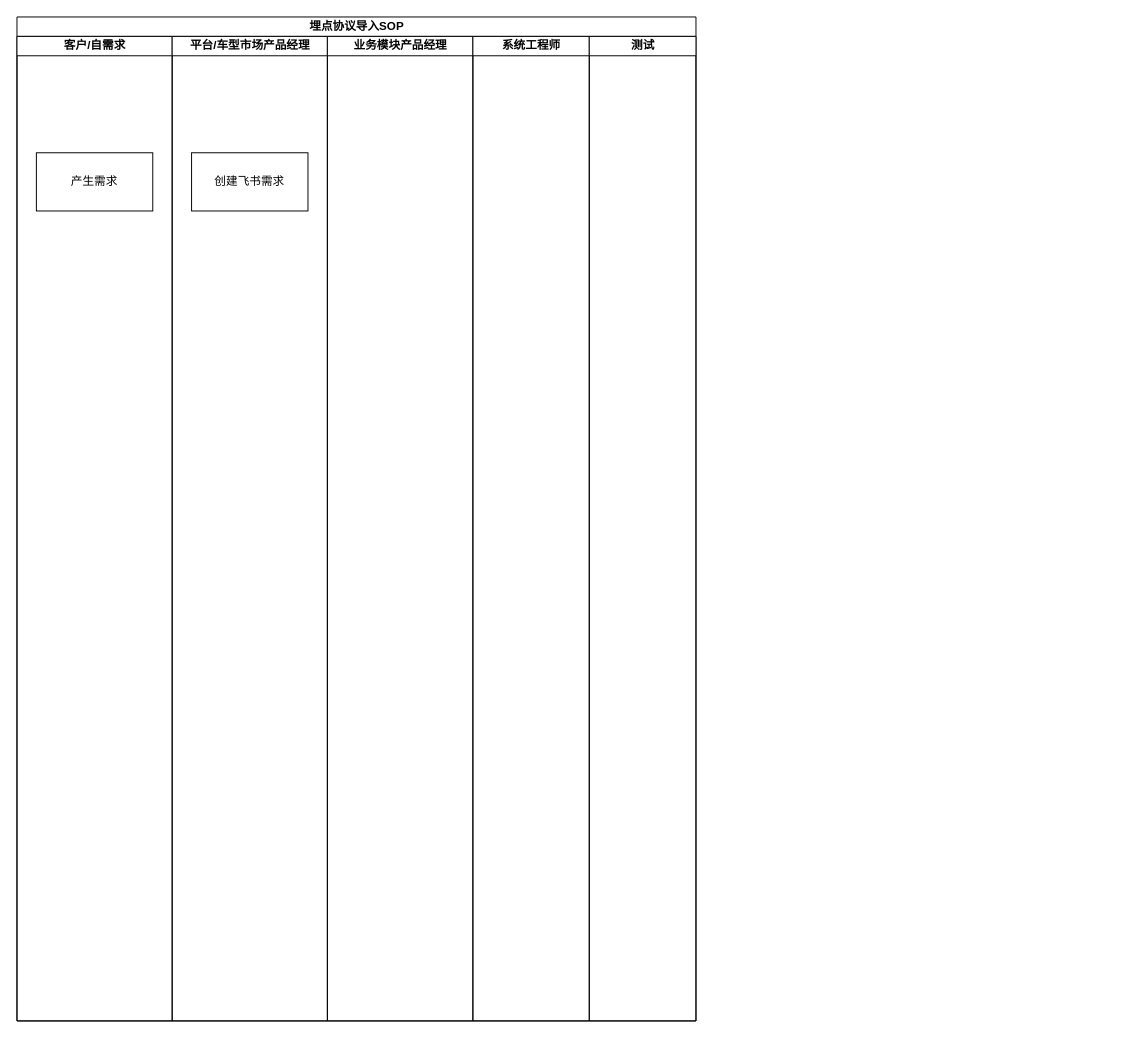
The draw.io diagram 数据埋点SOP.drawio in shaozc3g/draw_io, before the edit. Source tidied: cells renumbered, new cells numbered last; positions are measured from the earlier drawing's top-left corner, leaving out a move shared by most shapes. Both pictures are drawn from the tidied source at 97%, with x=0, y=0 at pixel (16, 16).
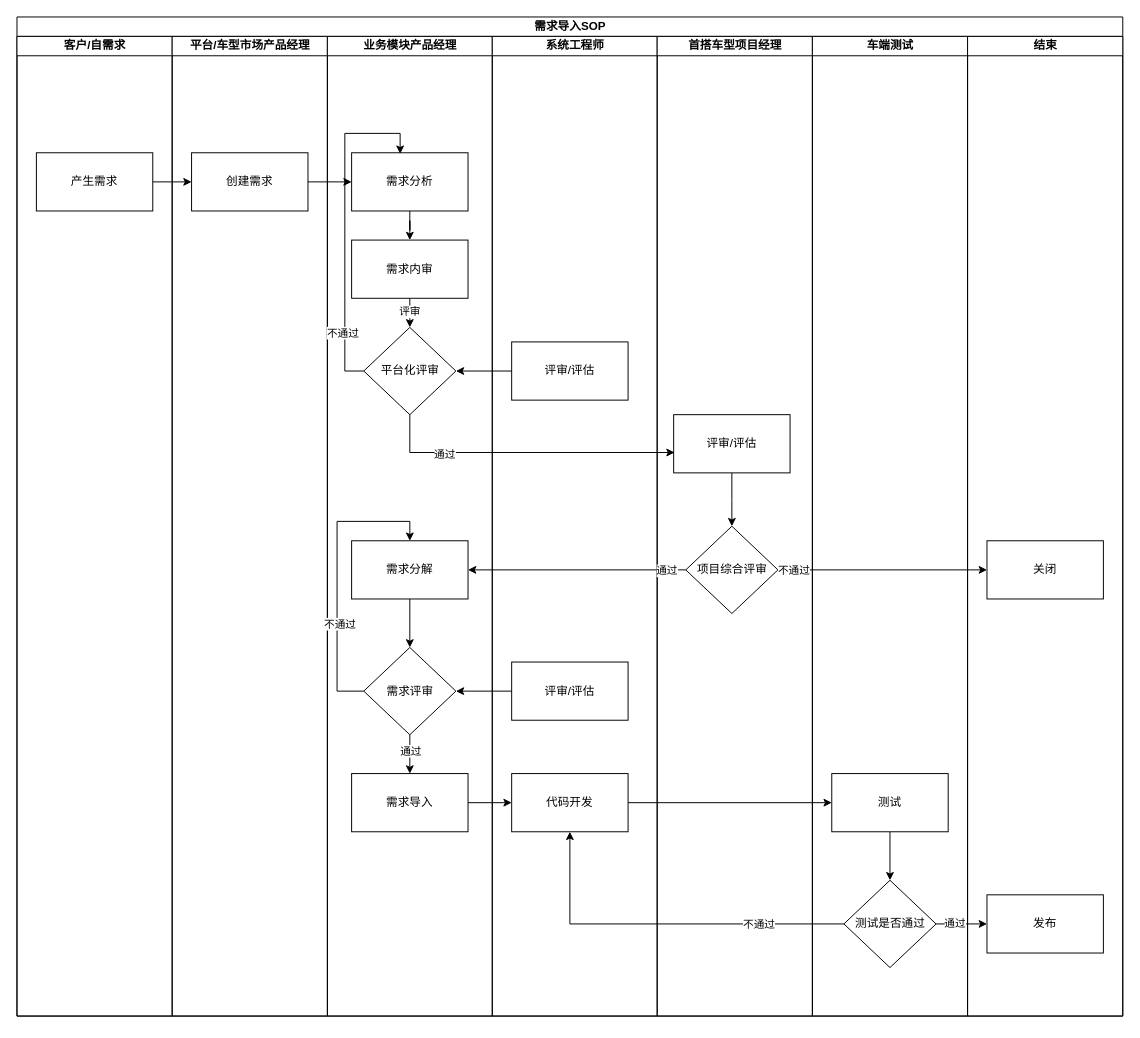
After the change.

Commit message:
更新数据埋点SOP.drawio

Unchanged cells that the change refers to:
```xml
<mxCell id="4" value="产生需求" style="rounded=0;whiteSpace=wrap;html=1;" parent="3" vertex="1">
  <mxGeometry x="20" y="120" width="120" height="60" as="geometry" />
</mxCell>
```

The edit, as a diff of the source:
```diff
@@
-    <mxCell id="2" value="埋点协议导入SOP" style="swimlane;startSize=20;html=1;" parent="1" vertex="1">
-      <mxGeometry width="700" height="1035" as="geometry" />
+    <mxCell id="2" value="需求&lt;span style=&quot;background-color: transparent; color: light-dark(rgb(0, 0, 0), rgb(255, 255, 255));&quot;&gt;导入SOP&lt;/span&gt;" style="swimlane;startSize=20;html=1;" parent="1" vertex="1">
+      <mxGeometry width="1140" height="1030" as="geometry" />
     </mxCell>
     <mxCell id="3" value="客户/自需求" style="swimlane;startSize=20;html=1;" parent="2" vertex="1">
-      <mxGeometry y="20" width="160" height="1015" as="geometry" />
+      <mxGeometry y="20" width="160" height="1010" as="geometry" />
     </mxCell>
@@
     <mxCell id="5" value="平台/车型市场产品经理" style="swimlane;startSize=20;html=1;" parent="2" vertex="1">
-      <mxGeometry x="160" y="20" width="160" height="1015" as="geometry" />
+      <mxGeometry x="160" y="20" width="160" height="1010" as="geometry" />
     </mxCell>
-    <mxCell id="6" value="创建飞书需求" style="rounded=0;whiteSpace=wrap;html=1;" parent="5" vertex="1">
+    <mxCell id="6" value="创建需求" style="rounded=0;whiteSpace=wrap;html=1;" parent="5" vertex="1">
       <mxGeometry x="20" y="120" width="120" height="60" as="geometry" />
     </mxCell>
     <mxCell id="7" value="业务模块产品经理" style="swimlane;startSize=20;html=1;" parent="2" vertex="1">
-      <mxGeometry x="320" y="20" width="150" height="1015" as="geometry" />
+      <mxGeometry x="320" y="20" width="170" height="1010" as="geometry" />
     </mxCell>
+    <mxCell id="10" style="edgeStyle=orthogonalEdgeStyle;rounded=0;jettySize=auto;html=1;" parent="7" edge="1" source="11" target="14">
+      <mxGeometry relative="1" as="geometry" />
+    </mxCell>
+    <mxCell id="11" value="需求分析" style="rounded=0;whiteSpace=wrap;html=1;" parent="7" vertex="1">
+      <mxGeometry x="25" y="120" width="120" height="60" as="geometry" />
+    </mxCell>
+    <mxCell id="12" style="edgeStyle=orthogonalEdgeStyle;rounded=0;jettySize=auto;html=1;" parent="7" edge="1" source="14" target="15">
+      <mxGeometry relative="1" as="geometry" />
+    </mxCell>
+    <mxCell id="13" value="评审" style="edgeLabel;html=1;align=center;verticalAlign=middle;" parent="12" vertex="1">
+      <mxGeometry x="0.32" y="-1" relative="1" as="geometry" />
+    </mxCell>
+    <mxCell id="14" value="需求内审" style="rounded=0;whiteSpace=wrap;html=1;" parent="7" vertex="1">
+      <mxGeometry x="25" y="210" width="120" height="60" as="geometry" />
+    </mxCell>
+    <mxCell id="15" value="平台化评审" style="rhombus;whiteSpace=wrap;html=1;" parent="7" vertex="1">
+      <mxGeometry x="37.5" y="300" width="95" height="90" as="geometry" />
+    </mxCell>
+    <mxCell id="16" style="edgeStyle=orthogonalEdgeStyle;rounded=0;jettySize=auto;html=1;exitX=0;exitY=0.5;exitDx=0;exitDy=0;entryX=0.417;entryY=0.017;entryDx=0;entryDy=0;entryPerimeter=0;" parent="7" edge="1" source="15" target="11">
+      <mxGeometry relative="1" as="geometry">
+        <Array as="points">
+          <mxPoint x="18" y="345" />
+          <mxPoint x="18" y="100" />
+          <mxPoint x="75" y="100" />
+        </Array>
+      </mxGeometry>
+    </mxCell>
+    <mxCell id="17" value="不通过" style="edgeLabel;html=1;align=center;verticalAlign=middle;" parent="16" vertex="1">
+      <mxGeometry x="-0.65" y="3" relative="1" as="geometry">
+        <mxPoint y="1" as="offset" />
+      </mxGeometry>
+    </mxCell>
+    <mxCell id="18" style="edgeStyle=orthogonalEdgeStyle;rounded=0;jettySize=auto;html=1;" parent="7" edge="1" source="19" target="24">
+      <mxGeometry relative="1" as="geometry" />
+    </mxCell>
+    <mxCell id="19" value="需求分解" style="rounded=0;whiteSpace=wrap;html=1;" parent="7" vertex="1">
+      <mxGeometry x="25" y="520" width="120" height="60" as="geometry" />
+    </mxCell>
+    <mxCell id="20" style="edgeStyle=orthogonalEdgeStyle;rounded=0;jettySize=auto;html=1;exitX=0.5;exitY=1;exitDx=0;exitDy=0;entryX=0.5;entryY=0;entryDx=0;entryDy=0;" parent="7" edge="1" source="24" target="25">
+      <mxGeometry relative="1" as="geometry" />
+    </mxCell>
+    <mxCell id="21" value="通过" style="edgeLabel;html=1;align=center;verticalAlign=middle;" parent="20" vertex="1">
+      <mxGeometry x="-0.2" y="4" relative="1" as="geometry">
+        <mxPoint x="-4" as="offset" />
+      </mxGeometry>
+    </mxCell>
+    <mxCell id="22" style="edgeStyle=orthogonalEdgeStyle;rounded=0;jettySize=auto;html=1;exitX=0;exitY=0.5;exitDx=0;exitDy=0;entryX=0.5;entryY=0;entryDx=0;entryDy=0;" parent="7" edge="1" source="24" target="19">
+      <mxGeometry relative="1" as="geometry">
+        <Array as="points">
+          <mxPoint x="10" y="675" />
+          <mxPoint x="10" y="500" />
+          <mxPoint x="85" y="500" />
+        </Array>
+      </mxGeometry>
+    </mxCell>
+    <mxCell id="23" value="不通过" style="edgeLabel;html=1;align=center;verticalAlign=middle;" parent="22" vertex="1">
+      <mxGeometry x="-0.34" y="-2" relative="1" as="geometry">
+        <mxPoint y="1" as="offset" />
+      </mxGeometry>
+    </mxCell>
+    <mxCell id="24" value="需求评审" style="rhombus;whiteSpace=wrap;html=1;" parent="7" vertex="1">
+      <mxGeometry x="37.5" y="630" width="95" height="90" as="geometry" />
+    </mxCell>
+    <mxCell id="25" value="需求导入" style="rounded=0;whiteSpace=wrap;html=1;" parent="7" vertex="1">
+      <mxGeometry x="25" y="760" width="120" height="60" as="geometry" />
+    </mxCell>
     <mxCell id="8" value="系统工程师" style="swimlane;startSize=20;html=1;" parent="2" vertex="1">
-      <mxGeometry x="470" y="20" width="120" height="1015" as="geometry" />
+      <mxGeometry x="490" y="20" width="170" height="1010" as="geometry" />
     </mxCell>
+    <mxCell id="26" value="评审/评估" style="rounded=0;whiteSpace=wrap;html=1;" parent="8" vertex="1">
+      <mxGeometry x="20" y="315" width="120" height="60" as="geometry" />
+    </mxCell>
+    <mxCell id="27" value="评审/评估" style="rounded=0;whiteSpace=wrap;html=1;" parent="8" vertex="1">
+      <mxGeometry x="20" y="645" width="120" height="60" as="geometry" />
+    </mxCell>
+    <mxCell id="28" value="代码开发" style="rounded=0;whiteSpace=wrap;html=1;" parent="8" vertex="1">
+      <mxGeometry x="20" y="760" width="120" height="60" as="geometry" />
+    </mxCell>
-    <mxCell id="9" value="测试" style="swimlane;startSize=20;html=1;" parent="2" vertex="1">
-      <mxGeometry x="590" y="20" width="110" height="1015" as="geometry" />
+    <mxCell id="9" value="首搭车型项目经理" style="swimlane;startSize=20;html=1;" parent="2" vertex="1">
+      <mxGeometry x="660" y="20" width="160" height="1010" as="geometry" />
     </mxCell>
+    <mxCell id="29" style="edgeStyle=orthogonalEdgeStyle;rounded=0;jettySize=auto;html=1;exitX=0.5;exitY=1;exitDx=0;exitDy=0;" parent="9" edge="1" source="30">
+      <mxGeometry relative="1" as="geometry">
+        <mxPoint x="77" y="505" as="targetPoint" />
+      </mxGeometry>
+    </mxCell>
+    <mxCell id="30" value="评审/评估" style="rounded=0;whiteSpace=wrap;html=1;" parent="9" vertex="1">
+      <mxGeometry x="17" y="390" width="120" height="60" as="geometry" />
+    </mxCell>
+    <mxCell id="31" value="项目综合评审" style="rhombus;whiteSpace=wrap;html=1;" parent="9" vertex="1">
+      <mxGeometry x="29.5" y="505" width="95" height="90" as="geometry" />
+    </mxCell>
+    <mxCell id="32" value="车端测试" style="swimlane;startSize=20;html=1;" parent="2" vertex="1">
+      <mxGeometry x="820" y="20" width="160" height="1010" as="geometry" />
+    </mxCell>
+    <mxCell id="33" style="edgeStyle=orthogonalEdgeStyle;rounded=0;jettySize=auto;html=1;exitX=0.5;exitY=1;exitDx=0;exitDy=0;" parent="32" edge="1" source="34" target="35">
+      <mxGeometry relative="1" as="geometry" />
+    </mxCell>
+    <mxCell id="34" value="测试" style="rounded=0;whiteSpace=wrap;html=1;" parent="32" vertex="1">
+      <mxGeometry x="20" y="760" width="120" height="60" as="geometry" />
+    </mxCell>
+    <mxCell id="35" value="测试是否通过" style="rhombus;whiteSpace=wrap;html=1;" parent="32" vertex="1">
+      <mxGeometry x="32.5" y="870" width="95" height="90" as="geometry" />
+    </mxCell>
+    <mxCell id="36" value="结束" style="swimlane;startSize=20;html=1;" parent="2" vertex="1">
+      <mxGeometry x="980" y="20" width="160" height="1010" as="geometry" />
+    </mxCell>
+    <mxCell id="37" value="关闭" style="rounded=0;whiteSpace=wrap;html=1;" parent="36" vertex="1">
+      <mxGeometry x="20" y="520" width="120" height="60" as="geometry" />
+    </mxCell>
+    <mxCell id="38" value="发布" style="rounded=0;whiteSpace=wrap;html=1;" parent="36" vertex="1">
+      <mxGeometry x="20" y="885" width="120" height="60" as="geometry" />
+    </mxCell>
+    <mxCell id="39" style="edgeStyle=orthogonalEdgeStyle;rounded=0;jettySize=auto;html=1;exitX=1;exitY=0.5;exitDx=0;exitDy=0;entryX=0;entryY=0.5;entryDx=0;entryDy=0;" parent="2" edge="1" source="4" target="6">
+      <mxGeometry relative="1" as="geometry" />
+    </mxCell>
+    <mxCell id="40" style="edgeStyle=orthogonalEdgeStyle;rounded=0;jettySize=auto;html=1;exitX=1;exitY=0.5;exitDx=0;exitDy=0;entryX=0;entryY=0.5;entryDx=0;entryDy=0;" parent="2" edge="1" source="6" target="11">
+      <mxGeometry relative="1" as="geometry" />
+    </mxCell>
+    <mxCell id="41" style="edgeStyle=orthogonalEdgeStyle;rounded=0;jettySize=auto;html=1;exitX=0;exitY=0.5;exitDx=0;exitDy=0;entryX=1;entryY=0.5;entryDx=0;entryDy=0;" parent="2" edge="1" source="26" target="15">
+      <mxGeometry relative="1" as="geometry" />
+    </mxCell>
+    <mxCell id="42" style="edgeStyle=orthogonalEdgeStyle;rounded=0;jettySize=auto;html=1;exitX=0.5;exitY=1;exitDx=0;exitDy=0;entryX=0.008;entryY=0.65;entryDx=0;entryDy=0;entryPerimeter=0;" parent="2" edge="1" source="15" target="30">
+      <mxGeometry relative="1" as="geometry" />
+    </mxCell>
+    <mxCell id="43" value="通过" style="edgeLabel;html=1;align=center;verticalAlign=middle;" parent="42" vertex="1">
+      <mxGeometry x="-0.16" y="-1" relative="1" as="geometry">
+        <mxPoint x="-57" as="offset" />
+      </mxGeometry>
+    </mxCell>
+    <mxCell id="44" style="edgeStyle=orthogonalEdgeStyle;rounded=0;jettySize=auto;html=1;exitX=1;exitY=0.5;exitDx=0;exitDy=0;entryX=0;entryY=0.5;entryDx=0;entryDy=0;" parent="2" edge="1" source="31" target="37">
+      <mxGeometry relative="1" as="geometry" />
+    </mxCell>
+    <mxCell id="45" value="不通过" style="edgeLabel;html=1;align=center;verticalAlign=middle;" parent="44" vertex="1">
+      <mxGeometry x="-0.33" y="-2" relative="1" as="geometry">
+        <mxPoint x="-56" y="-2" as="offset" />
+      </mxGeometry>
+    </mxCell>
+    <mxCell id="46" style="edgeStyle=orthogonalEdgeStyle;rounded=0;jettySize=auto;html=1;exitX=0;exitY=0.5;exitDx=0;exitDy=0;entryX=1;entryY=0.5;entryDx=0;entryDy=0;" parent="2" edge="1" source="31" target="19">
+      <mxGeometry relative="1" as="geometry" />
+    </mxCell>
+    <mxCell id="47" value="通过" style="edgeLabel;html=1;align=center;verticalAlign=middle;" parent="46" vertex="1">
+      <mxGeometry x="-0.19" y="2" relative="1" as="geometry">
+        <mxPoint x="71" y="-2" as="offset" />
+      </mxGeometry>
+    </mxCell>
+    <mxCell id="48" style="edgeStyle=orthogonalEdgeStyle;rounded=0;jettySize=auto;html=1;exitX=0;exitY=0.5;exitDx=0;exitDy=0;entryX=1;entryY=0.5;entryDx=0;entryDy=0;" parent="2" edge="1" source="27" target="24">
+      <mxGeometry relative="1" as="geometry" />
+    </mxCell>
+    <mxCell id="49" style="edgeStyle=orthogonalEdgeStyle;rounded=0;jettySize=auto;html=1;exitX=1;exitY=0.5;exitDx=0;exitDy=0;entryX=0;entryY=0.5;entryDx=0;entryDy=0;" parent="2" edge="1" source="25" target="28">
+      <mxGeometry relative="1" as="geometry" />
+    </mxCell>
+    <mxCell id="50" style="edgeStyle=orthogonalEdgeStyle;rounded=0;jettySize=auto;html=1;exitX=1;exitY=0.5;exitDx=0;exitDy=0;entryX=0;entryY=0.5;entryDx=0;entryDy=0;" parent="2" edge="1" source="28" target="34">
+      <mxGeometry relative="1" as="geometry" />
+    </mxCell>
+    <mxCell id="51" style="edgeStyle=orthogonalEdgeStyle;rounded=0;jettySize=auto;html=1;exitX=0;exitY=0.5;exitDx=0;exitDy=0;entryX=0.5;entryY=1;entryDx=0;entryDy=0;" parent="2" edge="1" source="35" target="28">
+      <mxGeometry relative="1" as="geometry" />
+    </mxCell>
+    <mxCell id="52" value="不通过" style="edgeLabel;html=1;align=center;verticalAlign=middle;" parent="51" vertex="1">
+      <mxGeometry x="-0.53" relative="1" as="geometry">
+        <mxPoint x="1" as="offset" />
+      </mxGeometry>
+    </mxCell>
+    <mxCell id="53" style="edgeStyle=orthogonalEdgeStyle;rounded=0;jettySize=auto;html=1;exitX=1;exitY=0.5;exitDx=0;exitDy=0;" parent="2" edge="1" source="35" target="38">
+      <mxGeometry relative="1" as="geometry" />
+    </mxCell>
+    <mxCell id="54" value="通过" style="edgeLabel;html=1;align=center;verticalAlign=middle;" parent="53" vertex="1">
+      <mxGeometry x="-0.26" y="1" relative="1" as="geometry" />
+    </mxCell>
```
